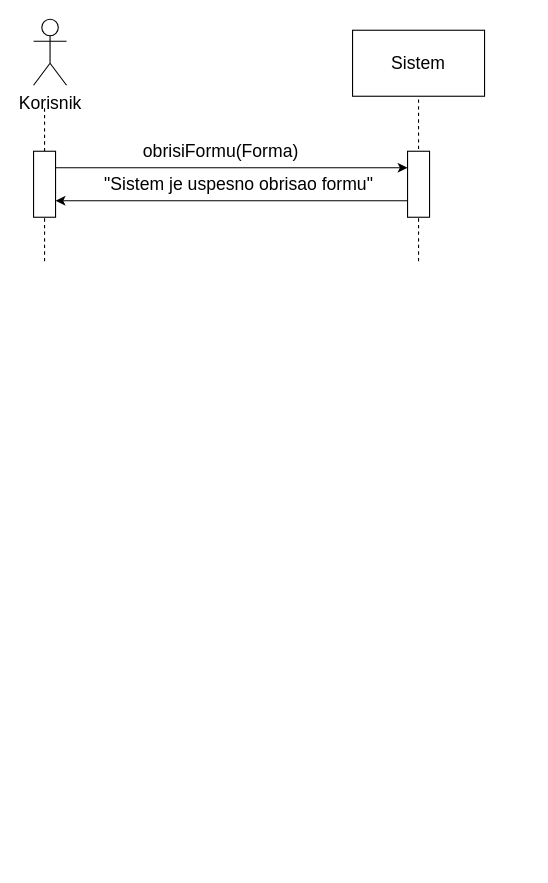
Above: page "Brisanje forme" (6 of 16) of Untitled Diagram.drawio in anatomasevic/phpbloog (draw.io), before the change. Source tidied: cells renumbered, new cells numbered last; positions are measured from the earlier drawing's top-left corner, leaving out a move shared by most shapes. Both pictures are drawn from the tidied source at 110%, with x=0, y=0 at pixel (33, 19).
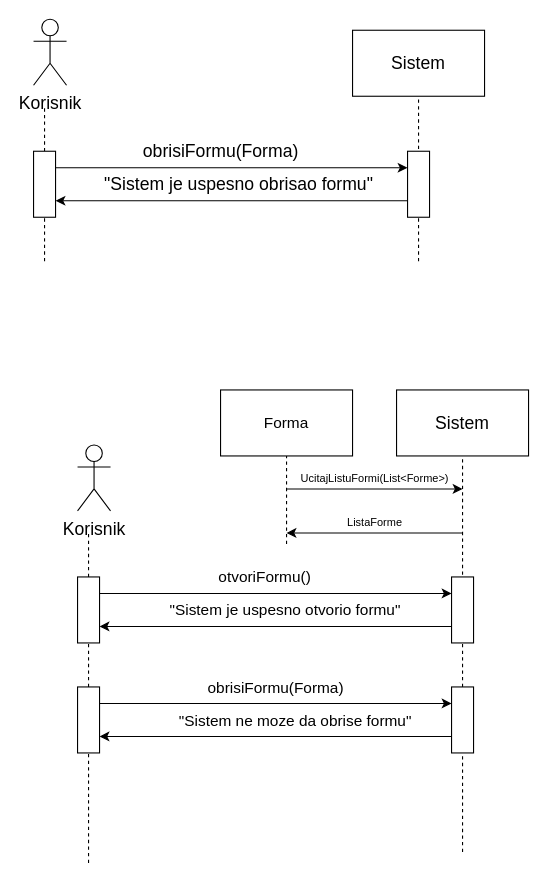
After the change.

Diff of the diagram source:
```diff
@@
+    <mxCell id="13" value="Korisnik" style="shape=umlActor;verticalLabelPosition=bottom;verticalAlign=top;html=1;fontSize=16;" parent="1" vertex="1">
+      <mxGeometry x="40" y="387" width="30" height="60" as="geometry" />
+    </mxCell>
+    <mxCell id="14" value="Sistem" style="rounded=0;whiteSpace=wrap;html=1;fontSize=16;" parent="1" vertex="1">
+      <mxGeometry x="330" y="337" width="120" height="60" as="geometry" />
+    </mxCell>
+    <mxCell id="15" style="endArrow=none;dashed=1;html=1;rounded=0;startArrow=none;" parent="1" edge="1" source="17">
+      <mxGeometry relative="1" as="geometry">
+        <mxPoint x="50" y="467" as="targetPoint" />
+      </mxGeometry>
+    </mxCell>
+    <mxCell id="16" style="endArrow=none;dashed=1;html=1;rounded=0;entryX=0.5;entryY=1;entryDx=0;entryDy=0;startArrow=none;" parent="1" edge="1" source="22" target="14">
+      <mxGeometry relative="1" as="geometry" />
+    </mxCell>
+    <mxCell id="17" style="rounded=0;whiteSpace=wrap;html=1;fontSize=16;" parent="1" vertex="1">
+      <mxGeometry x="40" y="507" width="20" height="60" as="geometry" />
+    </mxCell>
+    <mxCell id="18" style="endArrow=none;dashed=1;html=1;rounded=0;startArrow=none;" parent="1" edge="1" source="19" target="17">
+      <mxGeometry relative="1" as="geometry" />
+    </mxCell>
+    <mxCell id="19" style="rounded=0;whiteSpace=wrap;html=1;fontSize=16;" parent="1" vertex="1">
+      <mxGeometry x="40" y="607" width="20" height="60" as="geometry" />
+    </mxCell>
+    <mxCell id="20" style="endArrow=none;dashed=1;html=1;rounded=0;" parent="1" edge="1" target="19">
+      <mxGeometry relative="1" as="geometry">
+        <mxPoint x="50" y="767" as="sourcePoint" />
+      </mxGeometry>
+    </mxCell>
+    <mxCell id="21" style="rounded=0;whiteSpace=wrap;html=1;fontSize=16;" parent="1" vertex="1">
+      <mxGeometry x="380" y="507" width="20" height="60" as="geometry" />
+    </mxCell>
+    <mxCell id="22" style="rounded=0;whiteSpace=wrap;html=1;fontSize=16;" parent="1" vertex="1">
+      <mxGeometry x="380" y="607" width="20" height="60" as="geometry" />
+    </mxCell>
+    <mxCell id="23" style="endArrow=none;dashed=1;html=1;rounded=0;entryX=0.5;entryY=1;entryDx=0;entryDy=0;" parent="1" edge="1" target="22">
+      <mxGeometry relative="1" as="geometry">
+        <mxPoint x="390" y="757" as="sourcePoint" />
+      </mxGeometry>
+    </mxCell>
+    <mxCell id="24" style="endArrow=classic;html=1;rounded=0;fontSize=16;exitX=1;exitY=0.25;exitDx=0;exitDy=0;entryX=0;entryY=0.25;entryDx=0;entryDy=0;" parent="1" edge="1" source="17" target="21">
+      <mxGeometry relative="1" as="geometry" />
+    </mxCell>
+    <mxCell id="25" style="endArrow=classic;html=1;rounded=0;fontSize=16;exitX=0;exitY=0.75;exitDx=0;exitDy=0;entryX=1;entryY=0.75;entryDx=0;entryDy=0;" parent="1" edge="1" source="21" target="17">
+      <mxGeometry relative="1" as="geometry" />
+    </mxCell>
+    <mxCell id="26" value="otvoriFormu()" style="text;html=1;align=center;verticalAlign=middle;strokeColor=none;fillColor=none;fontSize=14;" parent="1" vertex="1">
+      <mxGeometry x="155" y="492" width="110" height="30" as="geometry" />
+    </mxCell>
+    <mxCell id="27" value="&quot;Sistem je uspesno otvorio formu&quot;" style="text;html=1;align=right;verticalAlign=middle;strokeColor=none;fillColor=none;fontSize=14;" parent="1" vertex="1">
+      <mxGeometry x="105" y="522" width="230" height="30" as="geometry" />
+    </mxCell>
+    <mxCell id="28" style="endArrow=classic;html=1;rounded=0;fontSize=16;exitX=1;exitY=0.25;exitDx=0;exitDy=0;entryX=0;entryY=0.25;entryDx=0;entryDy=0;" parent="1" edge="1" source="19" target="22">
+      <mxGeometry relative="1" as="geometry" />
+    </mxCell>
+    <mxCell id="29" style="endArrow=classic;html=1;rounded=0;fontSize=16;exitX=0;exitY=0.75;exitDx=0;exitDy=0;entryX=1;entryY=0.75;entryDx=0;entryDy=0;" parent="1" edge="1" source="22" target="19">
+      <mxGeometry relative="1" as="geometry" />
+    </mxCell>
+    <mxCell id="30" value="Forma" style="rounded=0;whiteSpace=wrap;html=1;fontSize=14;" parent="1" vertex="1">
+      <mxGeometry x="170" y="337" width="120" height="60" as="geometry" />
+    </mxCell>
+    <mxCell id="31" style="endArrow=none;dashed=1;html=1;rounded=0;fontSize=14;entryX=0.5;entryY=1;entryDx=0;entryDy=0;" parent="1" edge="1" target="30">
+      <mxGeometry relative="1" as="geometry">
+        <mxPoint x="230" y="477" as="sourcePoint" />
+      </mxGeometry>
+    </mxCell>
+    <mxCell id="32" style="endArrow=classic;html=1;rounded=0;fontSize=14;" parent="1" edge="1">
+      <mxGeometry relative="1" as="geometry">
+        <mxPoint x="230" y="427" as="sourcePoint" />
+        <mxPoint x="390" y="427" as="targetPoint" />
+      </mxGeometry>
+    </mxCell>
+    <mxCell id="33" style="endArrow=classic;html=1;rounded=0;fontSize=14;" parent="1" edge="1">
+      <mxGeometry relative="1" as="geometry">
+        <mxPoint x="390" y="467" as="sourcePoint" />
+        <mxPoint x="230" y="467" as="targetPoint" />
+      </mxGeometry>
+    </mxCell>
+    <mxCell id="34" value="UcitajListuFormi(List&amp;lt;Forme&amp;gt;)" style="text;html=1;align=center;verticalAlign=middle;strokeColor=none;fillColor=none;fontSize=10;" parent="1" vertex="1">
+      <mxGeometry x="230" y="402" width="160" height="30" as="geometry" />
+    </mxCell>
+    <mxCell id="35" value="ListaForme" style="text;html=1;align=center;verticalAlign=middle;strokeColor=none;fillColor=none;fontSize=10;" parent="1" vertex="1">
+      <mxGeometry x="275" y="442" width="70" height="30" as="geometry" />
+    </mxCell>
+    <mxCell id="36" value="obrisiFormu(Forma)" style="text;html=1;align=center;verticalAlign=middle;strokeColor=none;fillColor=none;fontSize=14;" parent="1" vertex="1">
+      <mxGeometry x="149" y="593" width="142" height="29" as="geometry" />
+    </mxCell>
+    <mxCell id="37" value="&quot;Sistem ne moze da obrise formu&quot;" style="text;html=1;align=right;verticalAlign=middle;strokeColor=none;fillColor=none;fontSize=14;" parent="1" vertex="1">
+      <mxGeometry x="116" y="623" width="229" height="29" as="geometry" />
+    </mxCell>
```
